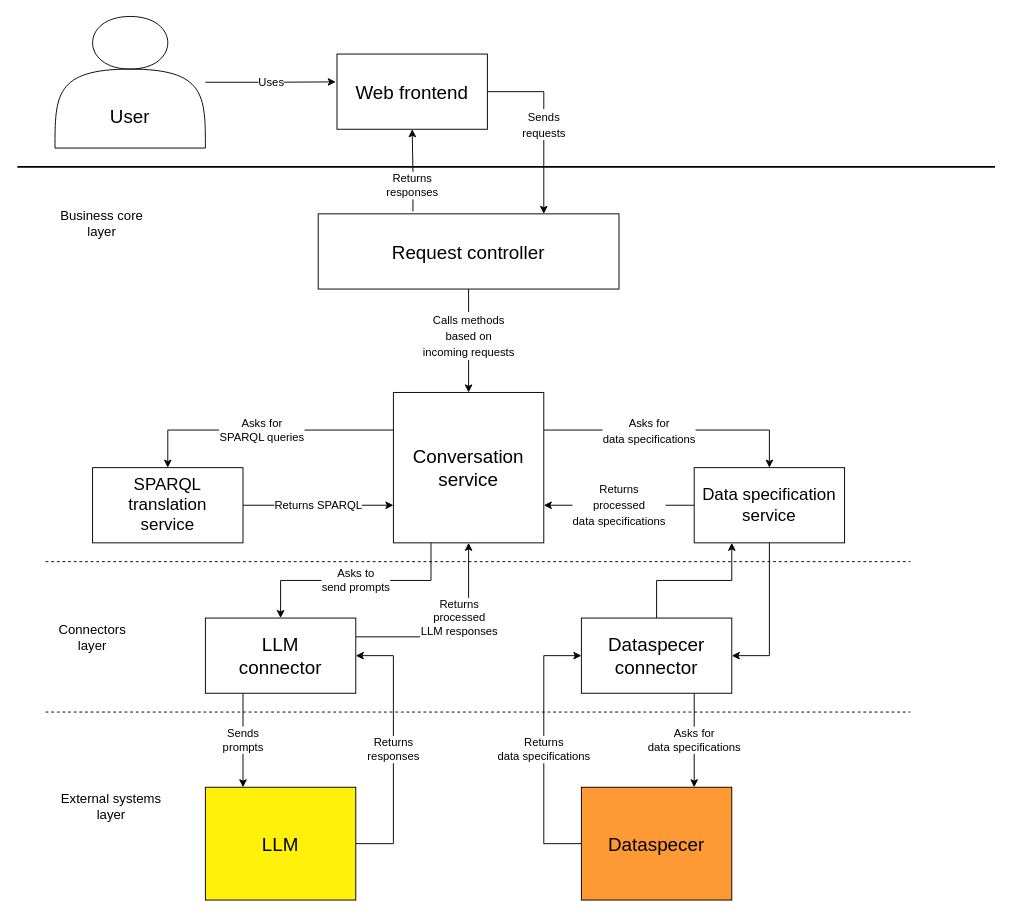
Earlier version of the draw.io diagram presentation/C4 diagrams/C4_container_diagram.drawio (Kwantigon/research-project). Source tidied: cells renumbered, new cells numbered last; positions are measured from the earlier drawing's top-left corner, leaving out a move shared by most shapes. Both pictures are drawn from the tidied source at 94%, with x=0, y=0 at pixel (17, 16).
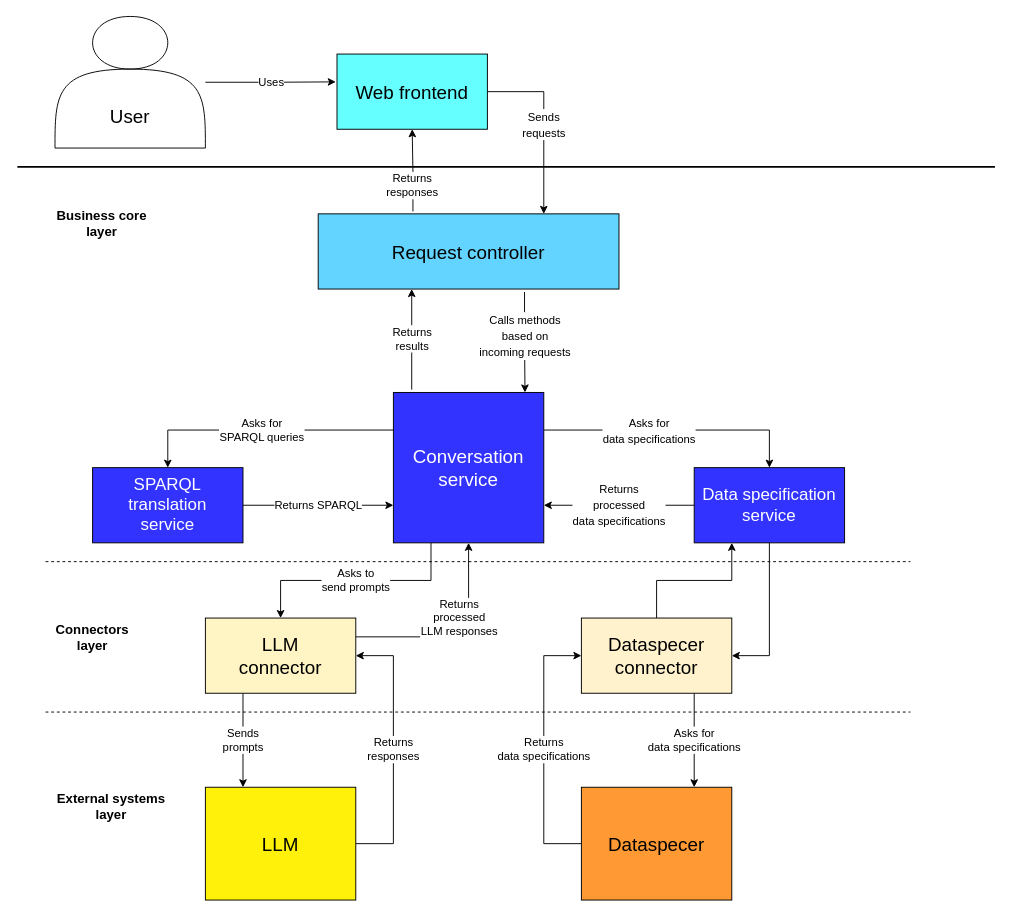
Above is the later version.

What changed in the source:
```diff
@@
-    <mxCell id="4" value="&lt;font style=&quot;font-size: 20px;&quot;&gt;Web frontend&lt;/font&gt;" style="rounded=0;whiteSpace=wrap;html=1;" parent="1" vertex="1">
+    <mxCell id="4" value="&lt;font style=&quot;font-size: 20px;&quot;&gt;Web frontend&lt;/font&gt;" style="rounded=0;whiteSpace=wrap;html=1;fillColor=#66FFFF;" parent="1" vertex="1">
       <mxGeometry x="340" y="40" width="160" height="80" as="geometry" />
     </mxCell>
@@
-    <mxCell id="6" value="&lt;font style=&quot;font-size: 18px;&quot;&gt;SPARQL&lt;/font&gt;&lt;div&gt;&lt;font style=&quot;font-size: 18px;&quot;&gt;translation&lt;/font&gt;&lt;/div&gt;&lt;div&gt;&lt;span style=&quot;font-size: 18px; background-color: transparent; color: light-dark(rgb(0, 0, 0), rgb(255, 255, 255));&quot;&gt;service&lt;/span&gt;&lt;/div&gt;" style="rounded=0;whiteSpace=wrap;html=1;" parent="1" vertex="1">
+    <mxCell id="6" value="&lt;font style=&quot;font-size: 18px; color: rgb(255, 255, 255);&quot;&gt;SPARQL&lt;/font&gt;&lt;div&gt;&lt;font style=&quot;font-size: 18px; color: rgb(255, 255, 255);&quot;&gt;translation&lt;/font&gt;&lt;/div&gt;&lt;div&gt;&lt;span style=&quot;font-size: 18px; background-color: transparent;&quot;&gt;&lt;font style=&quot;color: rgb(255, 255, 255);&quot;&gt;service&lt;/font&gt;&lt;/span&gt;&lt;/div&gt;" style="rounded=0;whiteSpace=wrap;html=1;fillColor=#3333FF;" parent="1" vertex="1">
       <mxGeometry x="80" y="480" width="160" height="80" as="geometry" />
     </mxCell>
@@
-    <mxCell id="10" value="Conversation&lt;div&gt;service&lt;/div&gt;" style="rounded=0;whiteSpace=wrap;html=1;fontSize=20;" parent="1" vertex="1">
+    <mxCell id="10" value="&lt;font style=&quot;color: rgb(255, 255, 255);&quot;&gt;Conversation&lt;/font&gt;&lt;div&gt;&lt;font style=&quot;color: rgb(255, 255, 255);&quot;&gt;service&lt;/font&gt;&lt;/div&gt;" style="rounded=0;whiteSpace=wrap;html=1;fontSize=20;fillColor=#3333FF;" parent="1" vertex="1">
       <mxGeometry x="400" y="400" width="160" height="160" as="geometry" />
     </mxCell>
@@
-    <mxCell id="13" value="LLM&lt;div&gt;connector&lt;/div&gt;" style="rounded=0;whiteSpace=wrap;html=1;fontSize=20;" parent="1" vertex="1">
+    <mxCell id="13" value="LLM&lt;div&gt;connector&lt;/div&gt;" style="rounded=0;whiteSpace=wrap;html=1;fontSize=20;fillColor=#FFF4C3;" parent="1" vertex="1">
       <mxGeometry x="200" y="640" width="160" height="80" as="geometry" />
     </mxCell>
@@
-    <mxCell id="15" value="&lt;font style=&quot;font-size: 12px;&quot;&gt;Calls methods&lt;/font&gt;&lt;div&gt;&lt;font style=&quot;font-size: 12px;&quot;&gt;based on&lt;/font&gt;&lt;/div&gt;&lt;div&gt;&lt;font style=&quot;font-size: 12px;&quot;&gt;incoming requests&lt;/font&gt;&lt;/div&gt;" style="edgeStyle=orthogonalEdgeStyle;rounded=0;jettySize=auto;html=1;entryX=0.5;entryY=0;entryDx=0;entryDy=0;fontSize=14;" parent="1" edge="1" source="16" target="10">
-      <mxGeometry x="-0.09" relative="1" as="geometry">
+    <mxCell id="15" value="&lt;font style=&quot;font-size: 12px;&quot;&gt;Calls methods&lt;/font&gt;&lt;div&gt;&lt;font style=&quot;font-size: 12px;&quot;&gt;based on&lt;/font&gt;&lt;/div&gt;&lt;div&gt;&lt;font style=&quot;font-size: 12px;&quot;&gt;incoming requests&lt;/font&gt;&lt;/div&gt;" style="edgeStyle=orthogonalEdgeStyle;rounded=0;jettySize=auto;html=1;fontSize=14;exitX=0.686;exitY=1.04;exitDx=0;exitDy=0;exitPerimeter=0;" parent="1" edge="1" source="16">
+      <mxGeometry x="-0.12" relative="1" as="geometry">
+        <mxPoint x="540" y="400" as="targetPoint" />
         <Array as="points">
-          <mxPoint x="480" y="350" />
-          <mxPoint x="480" y="350" />
+          <mxPoint x="540" y="340" />
+          <mxPoint x="540" y="340" />
         </Array>
       </mxGeometry>
     </mxCell>
-    <mxCell id="16" value="Request controller" style="rounded=0;whiteSpace=wrap;html=1;fontSize=20;" parent="1" vertex="1">
+    <mxCell id="16" value="Request controller" style="rounded=0;whiteSpace=wrap;html=1;fontSize=20;fillColor=#63D4FF;" parent="1" vertex="1">
       <mxGeometry x="320" y="210" width="320" height="80" as="geometry" />
     </mxCell>
@@
-    <mxCell id="19" value="Data specification service" style="rounded=0;whiteSpace=wrap;html=1;fontSize=18;" parent="1" vertex="1">
+    <mxCell id="19" value="&lt;font style=&quot;color: rgb(255, 255, 255);&quot;&gt;Data specification service&lt;/font&gt;" style="rounded=0;whiteSpace=wrap;html=1;fontSize=18;fillColor=#3333FF;" parent="1" vertex="1">
       <mxGeometry x="720" y="480" width="160" height="80" as="geometry" />
     </mxCell>
@@
-    <mxCell id="22" value="Dataspecer&lt;div&gt;connector&lt;/div&gt;" style="rounded=0;whiteSpace=wrap;html=1;fontSize=20;" parent="1" vertex="1">
+    <mxCell id="22" value="Dataspecer&lt;div&gt;connector&lt;/div&gt;" style="rounded=0;whiteSpace=wrap;html=1;fontSize=20;fillColor=#FFF2CC;" parent="1" vertex="1">
       <mxGeometry x="600" y="640" width="160" height="80" as="geometry" />
     </mxCell>
@@
-    <mxCell id="31" value="Connectors&lt;div&gt;layer&lt;/div&gt;" style="text;strokeColor=none;align=center;fillColor=none;html=1;verticalAlign=middle;whiteSpace=wrap;rounded=0;fontSize=14;" parent="1" vertex="1">
+    <mxCell id="31" value="&lt;b&gt;Connectors&lt;/b&gt;&lt;div&gt;&lt;b&gt;layer&lt;/b&gt;&lt;/div&gt;" style="text;strokeColor=none;align=center;fillColor=none;html=1;verticalAlign=middle;whiteSpace=wrap;rounded=0;fontSize=14;" parent="1" vertex="1">
       <mxGeometry x="20" y="620" width="120" height="80" as="geometry" />
     </mxCell>
-    <mxCell id="32" value="Business&amp;nbsp;&lt;span style=&quot;background-color: transparent; color: light-dark(rgb(0, 0, 0), rgb(255, 255, 255));&quot;&gt;core&lt;/span&gt;&lt;div&gt;layer&lt;/div&gt;" style="text;strokeColor=none;align=center;fillColor=none;html=1;verticalAlign=middle;whiteSpace=wrap;rounded=0;fontSize=14;" parent="1" vertex="1">
+    <mxCell id="32" value="&lt;b&gt;Business&amp;nbsp;&lt;span style=&quot;background-color: transparent; color: light-dark(rgb(0, 0, 0), rgb(255, 255, 255));&quot;&gt;core&lt;/span&gt;&lt;/b&gt;&lt;div&gt;&lt;b&gt;layer&lt;/b&gt;&lt;/div&gt;" style="text;strokeColor=none;align=center;fillColor=none;html=1;verticalAlign=middle;whiteSpace=wrap;rounded=0;fontSize=14;" parent="1" vertex="1">
       <mxGeometry x="30" y="180" width="120" height="80" as="geometry" />
     </mxCell>
-    <mxCell id="33" value="External systems&lt;div&gt;layer&lt;/div&gt;" style="text;strokeColor=none;align=center;fillColor=none;html=1;verticalAlign=middle;whiteSpace=wrap;rounded=0;fontSize=14;" parent="1" vertex="1">
+    <mxCell id="33" value="&lt;b&gt;External systems&lt;/b&gt;&lt;div&gt;&lt;b&gt;layer&lt;/b&gt;&lt;/div&gt;" style="text;strokeColor=none;align=center;fillColor=none;html=1;verticalAlign=middle;whiteSpace=wrap;rounded=0;fontSize=14;" parent="1" vertex="1">
       <mxGeometry x="40" y="800" width="120" height="80" as="geometry" />
     </mxCell>
+    <mxCell id="34" value="Returns&lt;div&gt;results&lt;/div&gt;" style="edgeStyle=orthogonalEdgeStyle;rounded=0;orthogonalLoop=1;jettySize=auto;html=1;exitX=0.125;exitY=0;exitDx=0;exitDy=0;exitPerimeter=0;fontSize=12;" parent="1" edge="1">
+      <mxGeometry relative="1" as="geometry">
+        <mxPoint x="419.5" y="397" as="sourcePoint" />
+        <mxPoint x="419.5" y="290" as="targetPoint" />
+      </mxGeometry>
+    </mxCell>
```
